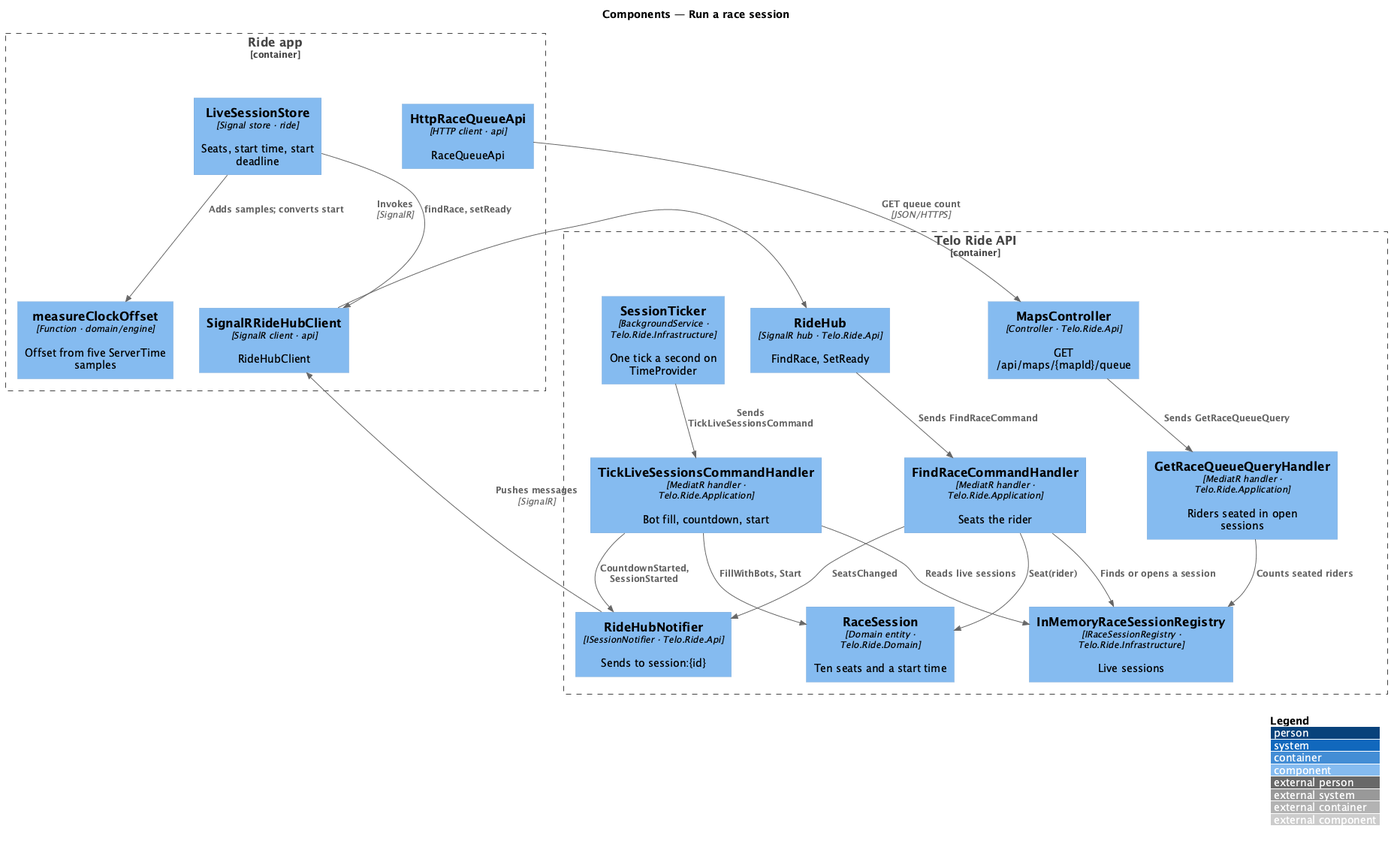
Earlier version of the PlantUML export docs/detailed-designs/multiplayer/run-a-race-session/diagrams/c4-component.png (QuinntyneBrown/wattzup). The source it was exported from:
```plantuml
@startuml
!include <C4/C4_Component>
LAYOUT_WITH_LEGEND()
title Components — Run a race session

Container_Boundary(app, "Ride app") {
  Component(store, "LiveSessionStore", "Signal store · ride", "Seats, start time, start deadline")
  Component(clock, "measureClockOffset", "Function · domain/engine", "Offset from five ServerTime samples")
  Component(hubc, "SignalRRideHubClient", "SignalR client · api", "RideHubClient")
  Component(queue, "HttpRaceQueueApi", "HTTP client · api", "RaceQueueApi")
}
Container_Boundary(api, "Telo Ride API") {
  Component(hub, "RideHub", "SignalR hub · Telo.Ride.Api", "FindRace, SetReady")
  Component(maps, "MapsController", "Controller · Telo.Ride.Api", "GET /api/maps/{mapId}/queue")
  Component(find, "FindRaceCommandHandler", "MediatR handler · Telo.Ride.Application", "Seats the rider")
  Component(tick, "TickLiveSessionsCommandHandler", "MediatR handler · Telo.Ride.Application", "Bot fill, countdown, start")
  Component(count, "GetRaceQueueQueryHandler", "MediatR handler · Telo.Ride.Application", "Riders seated in open sessions")
  Component(session, "RaceSession", "Domain entity · Telo.Ride.Domain", "Ten seats and a start time")
  Component(ticker, "SessionTicker", "BackgroundService · Telo.Ride.Infrastructure", "One tick a second on TimeProvider")
  Component(registry, "InMemoryRaceSessionRegistry", "IRaceSessionRegistry · Telo.Ride.Infrastructure", "Live sessions")
  Component(notifier, "RideHubNotifier", "ISessionNotifier · Telo.Ride.Api", "Sends to session:{id}")
}
Rel(store, hubc, "findRace, setReady")
Rel(store, clock, "Adds samples; converts start")
Rel(hubc, hub, "Invokes", "SignalR")
Rel(queue, maps, "GET queue count", "JSON/HTTPS")
Rel(hub, find, "Sends FindRaceCommand")
Rel(maps, count, "Sends GetRaceQueueQuery")
Rel(ticker, tick, "Sends TickLiveSessionsCommand")
Rel(find, registry, "Finds or opens a session")
Rel(tick, registry, "Reads live sessions")
Rel(count, registry, "Counts seated riders")
Rel(find, session, "Seat(rider)")
Rel(tick, session, "FillWithBots, Start")
Rel(find, notifier, "SeatsChanged")
Rel(tick, notifier, "CountdownStarted, SessionStarted")
Rel(notifier, hubc, "Pushes messages", "SignalR")
@enduml
```
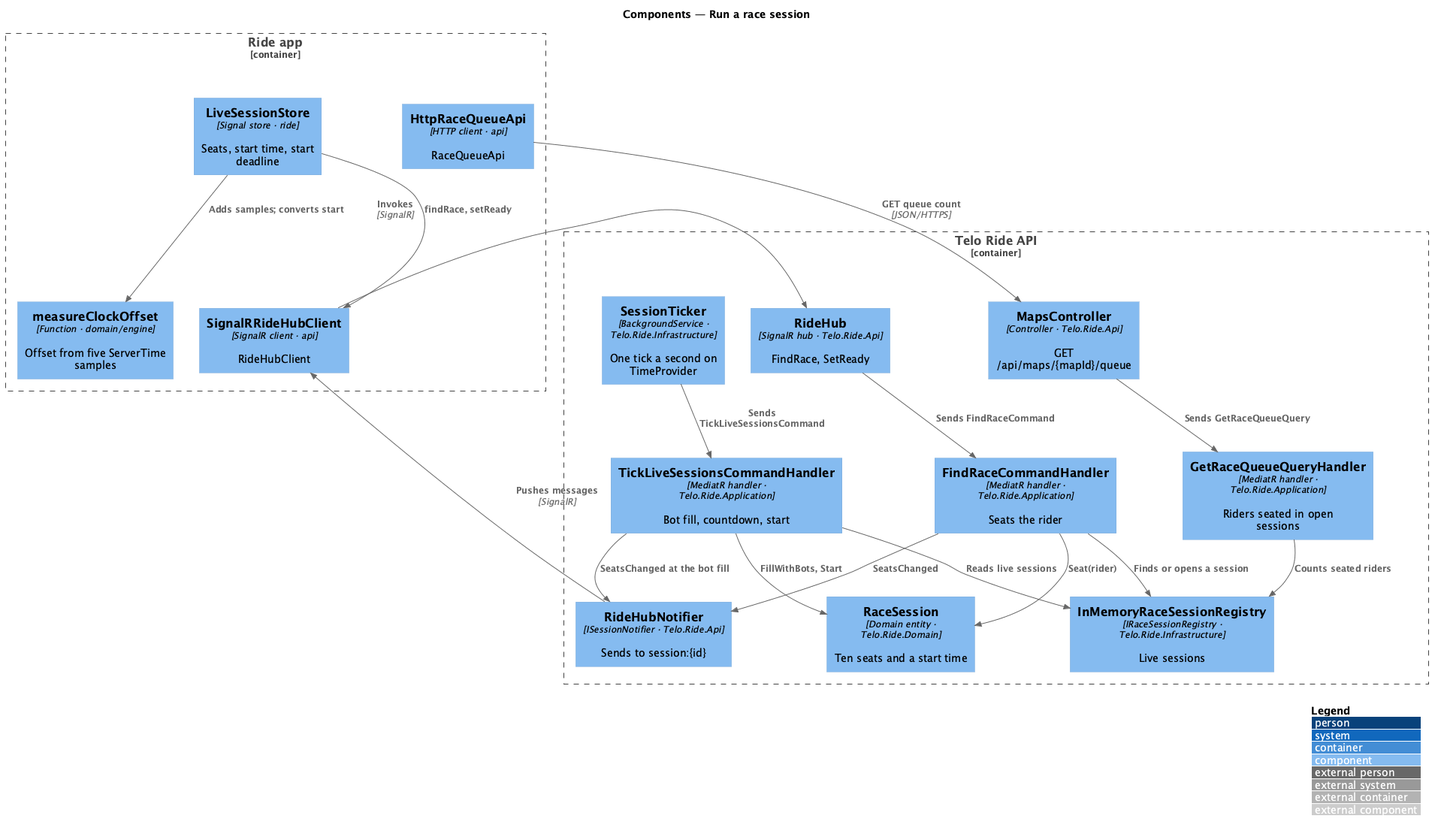
Above is the later version.

Change to the diagram source:
```diff
@@ -33,6 +33,6 @@
 Rel(find, session, "Seat(rider)")
 Rel(tick, session, "FillWithBots, Start")
 Rel(find, notifier, "SeatsChanged")
-Rel(tick, notifier, "CountdownStarted, SessionStarted")
+Rel(tick, notifier, "SeatsChanged at the bot fill")
 Rel(notifier, hubc, "Pushes messages", "SignalR")
 @enduml
```
